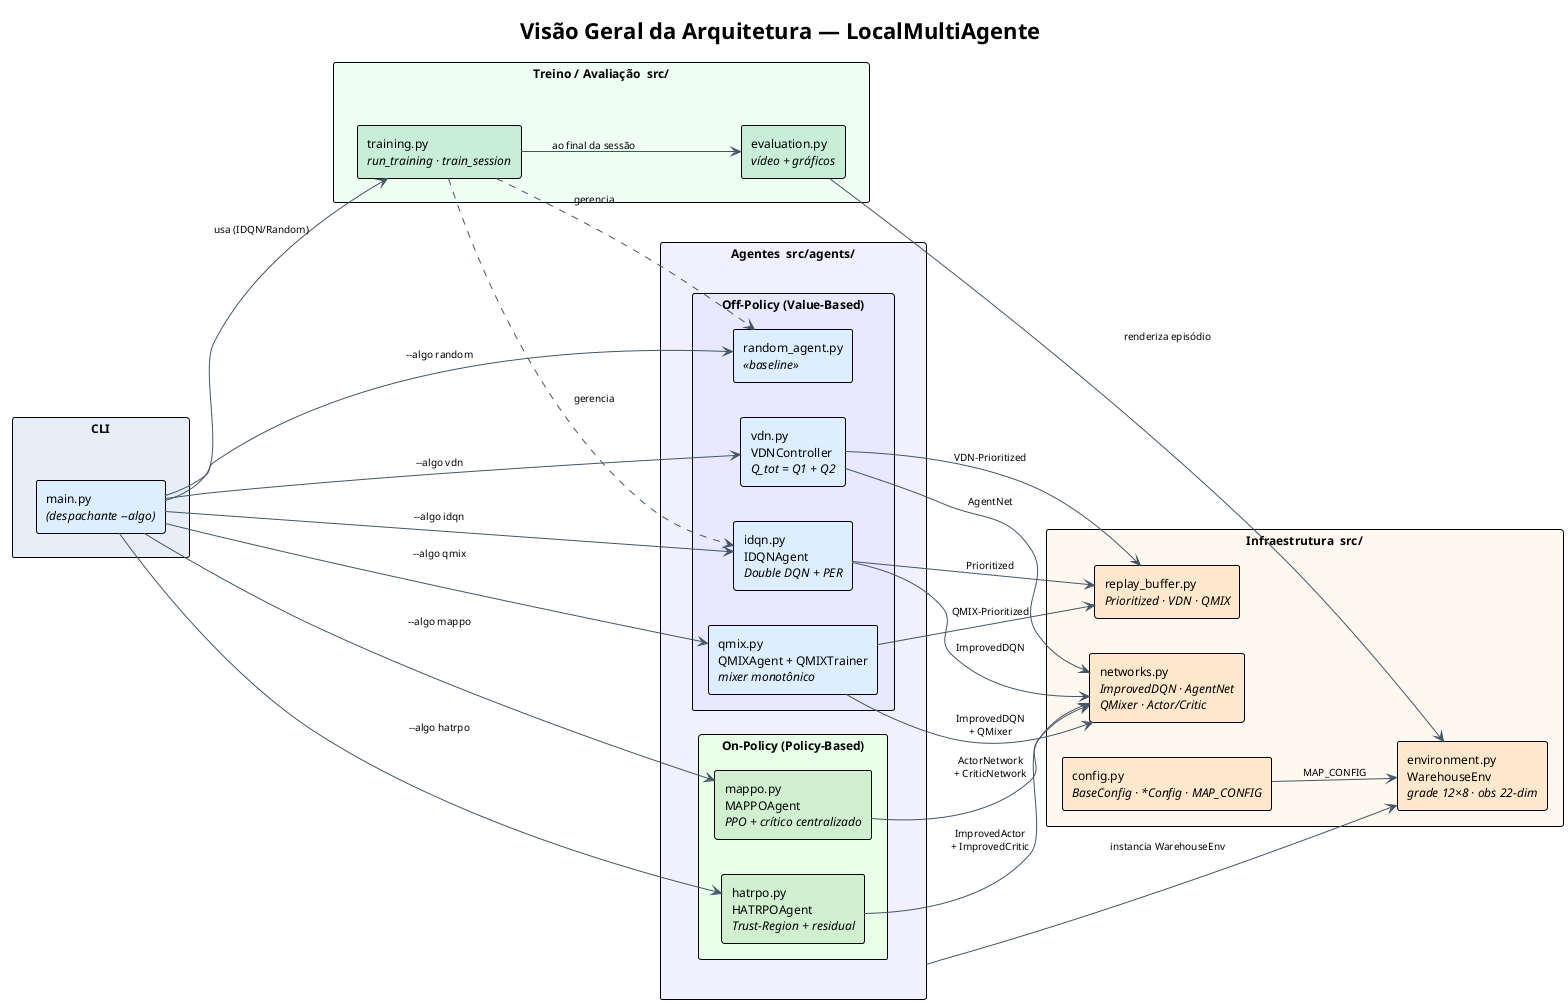
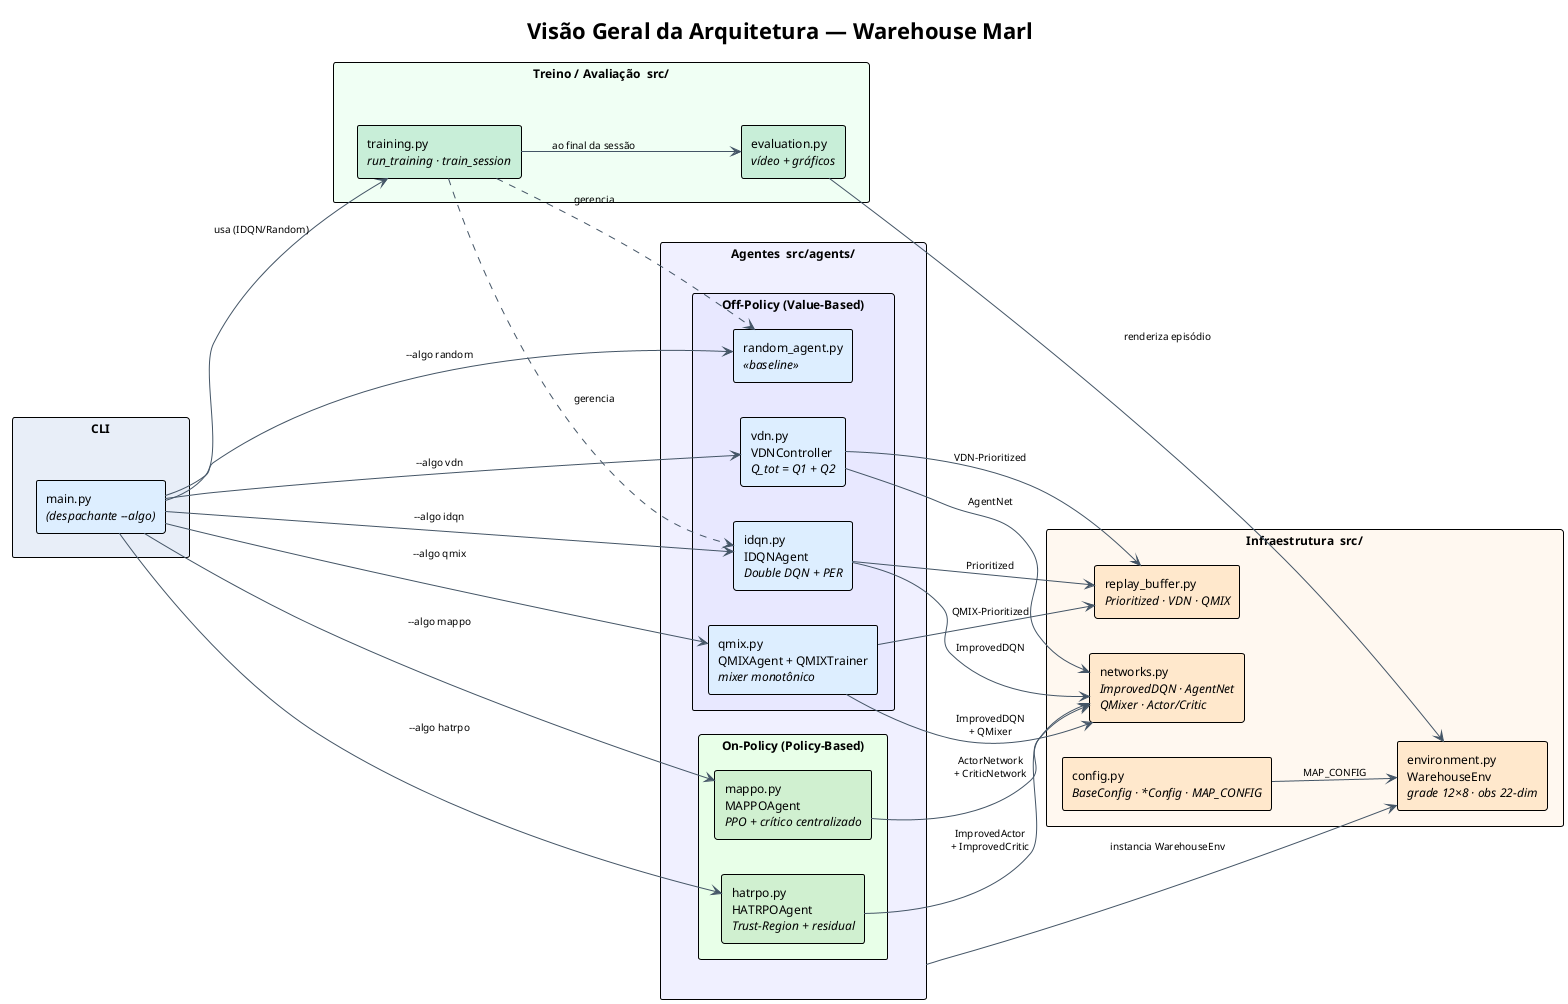
@startuml architecture_overview
!theme plain
skinparam defaultFontName Arial
skinparam defaultFontSize 12
skinparam ArrowColor #445566
skinparam ArrowFontSize 10
skinparam shadowing false

- title Visão Geral da Arquitetura — LocalMultiAgente
+ title Visão Geral da Arquitetura — Warehouse Marl

left to right direction

' ══════════════════════════════════════════════════════════
'  COLUNA A — Entrada + Treino
' ══════════════════════════════════════════════════════════
rectangle "**CLI**" as CLI #E8EEF8 {
  rectangle "main.py\n<i>(despachante --algo)</i>" as Main #DDEEFF
}

rectangle "**Treino / Avaliação**  src/" as TA #F0FFF4 {
  rectangle "training.py\n<i>run_training · train_session</i>" as Training #C8EED8
  rectangle "evaluation.py\n<i>vídeo + gráficos</i>" as Eval #C8EED8
}

' Mantém CLI e TA na mesma coluna
CLI -[hidden]down-> TA

' ══════════════════════════════════════════════════════════
'  COLUNA B — Agentes
' ══════════════════════════════════════════════════════════
rectangle "**Agentes**  src/agents/" as AGENTS #F0F0FF {

  rectangle "Off-Policy (Value-Based)" as VP #E8E8FF {
    rectangle "random_agent.py\n<i>«baseline»</i>" as Rand #DDEEFF
    rectangle "idqn.py\nIDQNAgent\n<i>Double DQN + PER</i>" as IDQN #DDEEFF
    rectangle "vdn.py\nVDNController\n<i>Q_tot = Q1 + Q2</i>" as VDN #DDEEFF
    rectangle "qmix.py\nQMIXAgent + QMIXTrainer\n<i>mixer monotônico</i>" as QMIX #DDEEFF
  }

  rectangle "On-Policy (Policy-Based)" as PP #E8FFE8 {
    rectangle "mappo.py\nMAPPOAgent\n<i>PPO + crítico centralizado</i>" as MAPPO #D0F0D0
    rectangle "hatrpo.py\nHATRPOAgent\n<i>Trust-Region + residual</i>" as HATRPO #D0F0D0
  }
}

' ══════════════════════════════════════════════════════════
'  COLUNA C — Infraestrutura
' ══════════════════════════════════════════════════════════
rectangle "**Infraestrutura**  src/" as INFRA #FFF8F0 {
  rectangle "networks.py\n<i>ImprovedDQN · AgentNet</i>\n<i>QMixer · Actor/Critic</i>" as Networks #FFE8CC
  rectangle "replay_buffer.py\n<i>Prioritized · VDN · QMIX</i>" as Buffer #FFE8CC
  rectangle "environment.py\nWarehouseEnv\n<i>grade 12×8 · obs 22-dim</i>" as Env #FFE8CC
  rectangle "config.py\n<i>BaseConfig · *Config · MAP_CONFIG</i>" as Config #FFE8CC
}

' ══════════════════════════════════════════════════════════
'  RELAÇÕES
' ══════════════════════════════════════════════════════════

' CLI → agentes e treino
Main --> Rand     : "--algo random"
Main --> IDQN     : "--algo idqn"
Main --> VDN      : "--algo vdn"
Main --> QMIX     : "--algo qmix"
Main --> MAPPO    : "--algo mappo"
Main --> HATRPO   : "--algo hatrpo"
Main --> Training : "usa (IDQN/Random)"

' Treino / Avaliação
Training --> Eval  : "ao final da sessão"
Training ..> IDQN  : "gerencia"
Training ..> Rand  : "gerencia"
Eval     --> Env   : "renderiza episódio"

' Agentes → Redes Neurais
IDQN   --> Networks : "ImprovedDQN"
VDN    --> Networks : "AgentNet"
QMIX   --> Networks : "ImprovedDQN\n+ QMixer"
MAPPO  --> Networks : "ActorNetwork\n+ CriticNetwork"
HATRPO --> Networks : "ImprovedActor\n+ ImprovedCritic"

' Agentes Off-Policy → Buffers
IDQN --> Buffer : "Prioritized"
VDN  --> Buffer : "VDN-Prioritized"
QMIX --> Buffer : "QMIX-Prioritized"

' Agentes → Ambiente (grupo)
AGENTS --> Env  : "instancia WarehouseEnv"
Config  --> Env : "MAP_CONFIG"

@enduml
